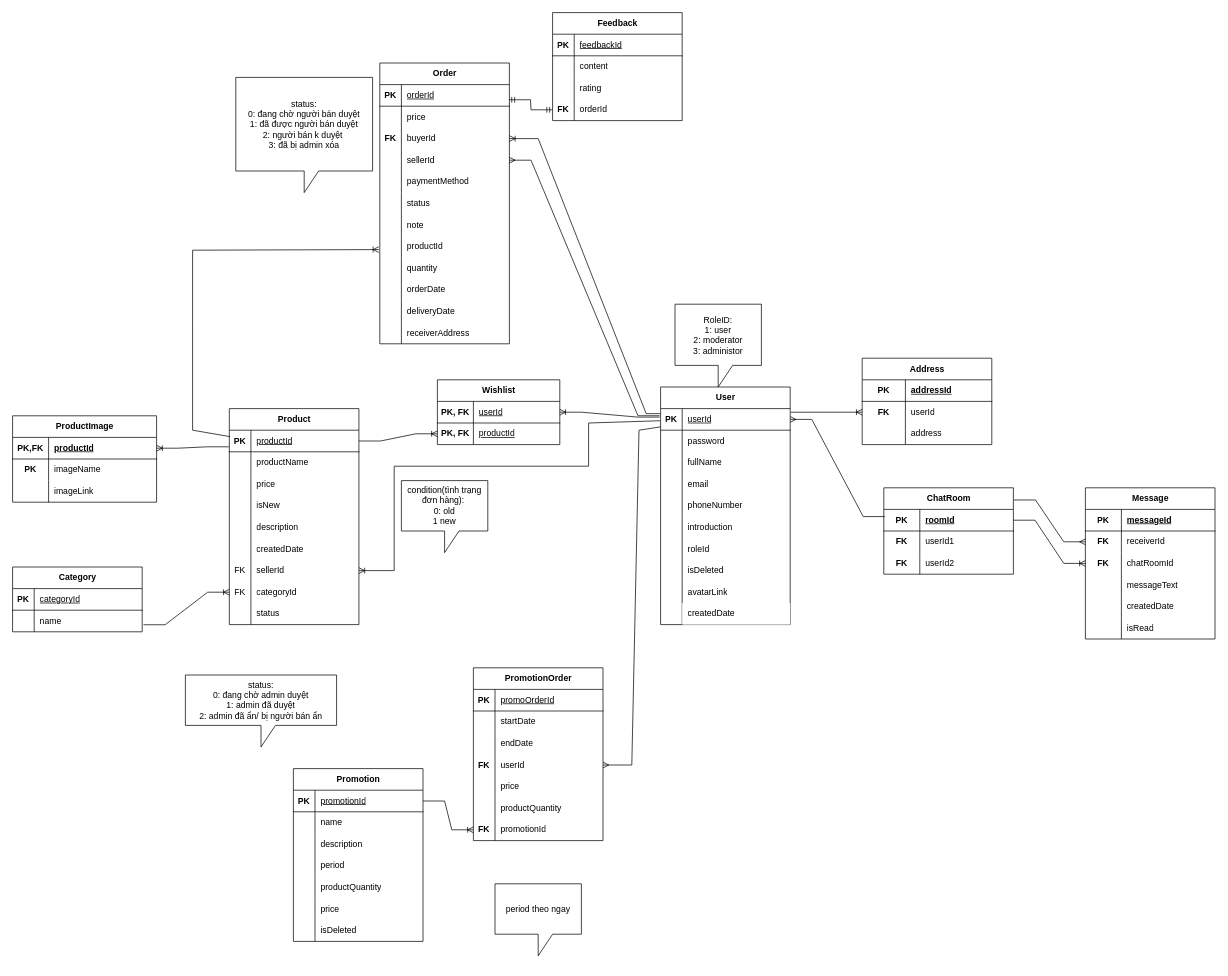
This is document/ERDPhysic.drawio from annguyenbinh03/FUFleamarket, a draw.io file, before an edit. Source tidied: cells renumbered, new cells numbered last; positions are measured from the earlier drawing's top-left corner, leaving out a move shared by most shapes. Both pictures are drawn from the tidied source at 72%, with x=0, y=0 at pixel (12, 12).
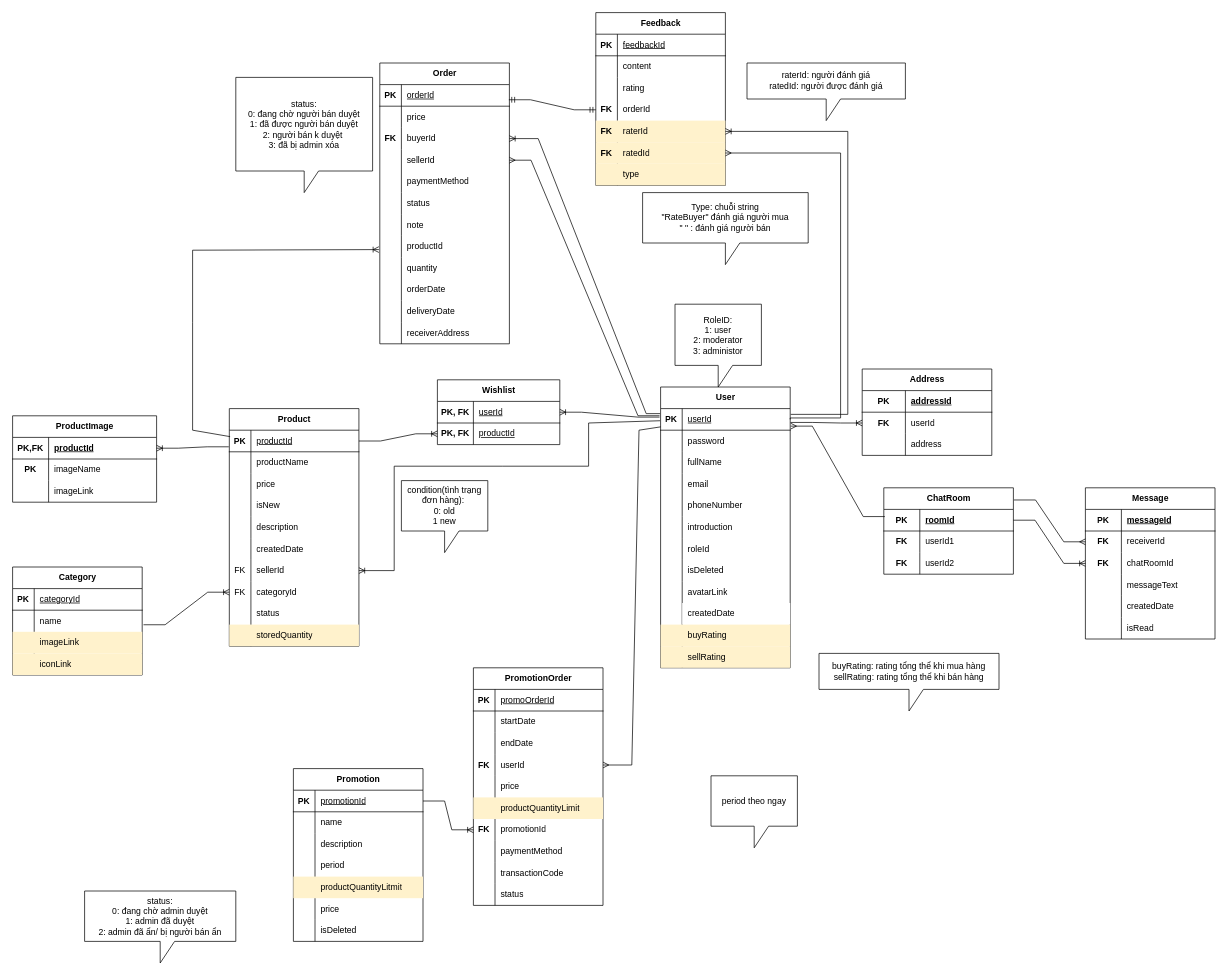
Above is the later version.

Unchanged cells that the change refers to:
```xml
<mxCell id="3" style="shape=tableRow;horizontal=0;startSize=0;swimlaneHead=0;swimlaneBody=0;fillColor=none;points=[[0,0.5],[1,0.5]];portConstraint=eastwest;top=0;left=0;right=0;bottom=1;" parent="2" vertex="1">
  <mxGeometry y="30" width="180" height="30" as="geometry" />
</mxCell>
<mxCell id="72" style="shape=tableRow;horizontal=0;startSize=0;swimlaneHead=0;swimlaneBody=0;fillColor=none;points=[[0,0.5],[1,0.5]];portConstraint=eastwest;top=0;left=0;right=0;bottom=0;" parent="62" vertex="1">
  <mxGeometry y="120" width="180" height="30" as="geometry" />
</mxCell>
<mxCell id="157" style="shape=tableRow;horizontal=0;startSize=0;swimlaneHead=0;swimlaneBody=0;fillColor=none;points=[[0,0.5],[1,0.5]];portConstraint=eastwest;top=0;left=0;right=0;bottom=0;" parent="153" vertex="1">
  <mxGeometry y="60" width="180" height="30" as="geometry" />
</mxCell>
<mxCell id="197" value="Promotion" style="shape=table;startSize=30;childLayout=tableLayout;rowLines=0;fontStyle=1;align=center;html=1;" parent="1" vertex="1">
  <mxGeometry x="390" y="1050" width="180" height="240" as="geometry" />
</mxCell>
<mxCell id="226" style="shape=tableRow;horizontal=0;startSize=0;swimlaneHead=0;swimlaneBody=0;fillColor=none;points=[[0,0.5],[1,0.5]];portConstraint=eastwest;top=0;left=0;right=0;bottom=1;" parent="225" vertex="1">
  <mxGeometry y="30" width="180" height="30" as="geometry" />
</mxCell>
```

What changed in the source:
```diff
@@
     <mxCell id="2" value="User" style="shape=table;startSize=30;childLayout=tableLayout;rowLines=0;fontStyle=1;align=center;html=1;" parent="1" vertex="1">
-      <mxGeometry x="900" y="520" width="180" height="330" as="geometry" />
+      <mxGeometry x="900" y="520" width="180" height="390" as="geometry" />
     </mxCell>
@@
+    <mxCell id="238" style="shape=tableRow;horizontal=0;startSize=0;swimlaneHead=0;swimlaneBody=0;fillColor=#fff2cc;top=0;left=0;right=0;bottom=0;strokeColor=#d6b656;" parent="2" vertex="1">
+      <mxGeometry y="330" width="180" height="30" as="geometry" />
+    </mxCell>
+    <mxCell id="239" style="shape=partialRectangle;fillColor=none;top=0;left=0;bottom=0;right=0;overflow=hidden;whiteSpace=wrap;html=1;" parent="238" vertex="1">
+      <mxGeometry width="30" height="30" as="geometry" />
+    </mxCell>
+    <mxCell id="240" value="buyRating" style="shape=partialRectangle;top=0;left=0;bottom=0;right=0;align=left;spacingLeft=6;overflow=hidden;whiteSpace=wrap;html=1;fillColor=none;" parent="238" vertex="1">
+      <mxGeometry x="30" width="150" height="30" as="geometry" />
+    </mxCell>
+    <mxCell id="241" style="shape=tableRow;horizontal=0;startSize=0;swimlaneHead=0;swimlaneBody=0;fillColor=#fff2cc;top=0;left=0;right=0;bottom=0;strokeColor=#d6b656;" parent="2" vertex="1">
+      <mxGeometry y="360" width="180" height="30" as="geometry" />
+    </mxCell>
+    <mxCell id="242" style="shape=partialRectangle;fillColor=none;top=0;left=0;bottom=0;right=0;overflow=hidden;whiteSpace=wrap;html=1;" parent="241" vertex="1">
+      <mxGeometry width="30" height="30" as="geometry" />
+    </mxCell>
+    <mxCell id="243" value="sellRating" style="shape=partialRectangle;top=0;left=0;bottom=0;right=0;align=left;spacingLeft=6;overflow=hidden;whiteSpace=wrap;html=1;fillColor=none;" parent="241" vertex="1">
+      <mxGeometry x="30" width="150" height="30" as="geometry" />
+    </mxCell>
     <mxCell id="33" value="Product" style="shape=table;startSize=30;childLayout=tableLayout;rowLines=0;fontStyle=1;align=center;html=1;" parent="1" vertex="1">
-      <mxGeometry x="301" y="550" width="180" height="300" as="geometry" />
+      <mxGeometry x="301" y="550" width="180" height="330" as="geometry" />
     </mxCell>
@@
+    <mxCell id="244" style="shape=tableRow;horizontal=0;startSize=0;swimlaneHead=0;swimlaneBody=0;fillColor=#fff2cc;top=0;left=0;right=0;bottom=0;strokeColor=#d6b656;" parent="33" vertex="1">
+      <mxGeometry y="300" width="180" height="30" as="geometry" />
+    </mxCell>
+    <mxCell id="245" style="shape=partialRectangle;fillColor=none;top=0;left=0;bottom=0;right=0;fontStyle=0;overflow=hidden;whiteSpace=wrap;html=1;" parent="244" vertex="1">
+      <mxGeometry width="30" height="30" as="geometry" />
+    </mxCell>
+    <mxCell id="246" value="storedQuantity" style="shape=partialRectangle;fillColor=none;top=0;left=0;bottom=0;right=0;align=left;spacingLeft=6;fontStyle=0;overflow=hidden;whiteSpace=wrap;html=1;" parent="244" vertex="1">
+      <mxGeometry x="30" width="150" height="30" as="geometry" />
+    </mxCell>
@@
     <mxCell id="108" value="Feedback" style="shape=table;startSize=30;childLayout=tableLayout;rowLines=0;fontStyle=1;align=center;html=1;" parent="1" vertex="1">
-      <mxGeometry x="750" width="180" height="150" as="geometry" />
+      <mxGeometry x="810" width="180" height="240" as="geometry" />
     </mxCell>
@@
+    <mxCell id="247" style="shape=tableRow;horizontal=0;startSize=0;swimlaneHead=0;swimlaneBody=0;fillColor=#fff2cc;points=[[0,0.5],[1,0.5]];portConstraint=eastwest;top=0;left=0;right=0;bottom=0;strokeColor=#d6b656;" parent="108" vertex="1">
+      <mxGeometry y="150" width="180" height="30" as="geometry" />
+    </mxCell>
+    <mxCell id="248" value="&lt;b&gt;FK&lt;/b&gt;" style="shape=partialRectangle;fillColor=none;top=0;left=0;bottom=0;right=0;overflow=hidden;whiteSpace=wrap;html=1;" parent="247" vertex="1">
+      <mxGeometry width="30" height="30" as="geometry" />
+    </mxCell>
+    <mxCell id="249" value="raterId" style="shape=partialRectangle;fillColor=none;top=0;left=0;bottom=0;right=0;align=left;spacingLeft=6;overflow=hidden;whiteSpace=wrap;html=1;" parent="247" vertex="1">
+      <mxGeometry x="30" width="150" height="30" as="geometry" />
+    </mxCell>
+    <mxCell id="250" style="shape=tableRow;horizontal=0;startSize=0;swimlaneHead=0;swimlaneBody=0;fillColor=#fff2cc;points=[[0,0.5],[1,0.5]];portConstraint=eastwest;top=0;left=0;right=0;bottom=0;strokeColor=#d6b656;" parent="108" vertex="1">
+      <mxGeometry y="180" width="180" height="30" as="geometry" />
+    </mxCell>
+    <mxCell id="251" value="&lt;b&gt;FK&lt;/b&gt;" style="shape=partialRectangle;fillColor=none;top=0;left=0;bottom=0;right=0;overflow=hidden;whiteSpace=wrap;html=1;" parent="250" vertex="1">
+      <mxGeometry width="30" height="30" as="geometry" />
+    </mxCell>
+    <mxCell id="252" value="ratedId" style="shape=partialRectangle;fillColor=none;top=0;left=0;bottom=0;right=0;align=left;spacingLeft=6;overflow=hidden;whiteSpace=wrap;html=1;" parent="250" vertex="1">
+      <mxGeometry x="30" width="150" height="30" as="geometry" />
+    </mxCell>
+    <mxCell id="253" style="shape=tableRow;horizontal=0;startSize=0;swimlaneHead=0;swimlaneBody=0;fillColor=#fff2cc;top=0;left=0;right=0;bottom=0;strokeColor=#d6b656;" parent="108" vertex="1">
+      <mxGeometry y="210" width="180" height="30" as="geometry" />
+    </mxCell>
+    <mxCell id="254" style="shape=partialRectangle;fillColor=none;top=0;left=0;bottom=0;right=0;overflow=hidden;whiteSpace=wrap;html=1;" parent="253" vertex="1">
+      <mxGeometry width="30" height="30" as="geometry" />
+    </mxCell>
+    <mxCell id="255" value="type" style="shape=partialRectangle;fillColor=none;top=0;left=0;bottom=0;right=0;align=left;spacingLeft=6;overflow=hidden;whiteSpace=wrap;html=1;" parent="253" vertex="1">
+      <mxGeometry x="30" width="150" height="30" as="geometry" />
+    </mxCell>
@@
     <mxCell id="123" value="Category" style="shape=table;startSize=30;childLayout=tableLayout;rowLines=0;fontStyle=1;align=center;html=1;" parent="1" vertex="1">
-      <mxGeometry y="770" width="180" height="90" as="geometry" />
+      <mxGeometry y="770" width="180" height="150" as="geometry" />
     </mxCell>
@@
+    <mxCell id="256" style="shape=tableRow;horizontal=0;startSize=0;swimlaneHead=0;swimlaneBody=0;fillColor=#fff2cc;top=0;left=0;right=0;bottom=0;strokeColor=#d6b656;" parent="123" vertex="1">
+      <mxGeometry y="90" width="180" height="30" as="geometry" />
+    </mxCell>
+    <mxCell id="257" style="shape=partialRectangle;fillColor=none;top=0;left=0;bottom=0;right=0;overflow=hidden;whiteSpace=wrap;html=1;" parent="256" vertex="1">
+      <mxGeometry width="30" height="30" as="geometry" />
+    </mxCell>
+    <mxCell id="258" value="imageLink" style="shape=partialRectangle;fillColor=none;top=0;left=0;bottom=0;right=0;align=left;spacingLeft=6;overflow=hidden;whiteSpace=wrap;html=1;" parent="256" vertex="1">
+      <mxGeometry x="30" width="150" height="30" as="geometry" />
+    </mxCell>
+    <mxCell id="259" style="shape=tableRow;horizontal=0;startSize=0;swimlaneHead=0;swimlaneBody=0;fillColor=#fff2cc;top=0;left=0;right=0;bottom=0;strokeColor=#d6b656;" parent="123" vertex="1">
+      <mxGeometry y="120" width="180" height="30" as="geometry" />
+    </mxCell>
+    <mxCell id="260" style="shape=partialRectangle;fillColor=none;top=0;left=0;bottom=0;right=0;overflow=hidden;whiteSpace=wrap;html=1;" parent="259" vertex="1">
+      <mxGeometry width="30" height="30" as="geometry" />
+    </mxCell>
+    <mxCell id="261" value="iconLink" style="shape=partialRectangle;fillColor=none;top=0;left=0;bottom=0;right=0;align=left;spacingLeft=6;overflow=hidden;whiteSpace=wrap;html=1;" parent="259" vertex="1">
+      <mxGeometry x="30" width="150" height="30" as="geometry" />
+    </mxCell>
@@
     <mxCell id="131" value="PromotionOrder" style="shape=table;startSize=30;childLayout=tableLayout;rowLines=0;fontStyle=1;align=center;html=1;" parent="1" vertex="1">
-      <mxGeometry x="640" y="910" width="180" height="240" as="geometry" />
+      <mxGeometry x="640" y="910" width="180" height="330" as="geometry" />
     </mxCell>
@@
-    <mxCell id="147" style="shape=tableRow;horizontal=0;startSize=0;swimlaneHead=0;swimlaneBody=0;fillColor=none;top=0;left=0;right=0;bottom=0;" parent="131" vertex="1">
+    <mxCell id="147" style="shape=tableRow;horizontal=0;startSize=0;swimlaneHead=0;swimlaneBody=0;fillColor=#fff2cc;top=0;left=0;right=0;bottom=0;strokeColor=#d6b656;" parent="131" vertex="1">
       <mxGeometry y="180" width="180" height="30" as="geometry" />
     </mxCell>
@@
-    <mxCell id="149" value="productQuantity" style="shape=partialRectangle;fillColor=none;top=0;left=0;bottom=0;right=0;align=left;spacingLeft=6;overflow=hidden;whiteSpace=wrap;html=1;" parent="147" vertex="1">
+    <mxCell id="149" value="productQuantityLimit" style="shape=partialRectangle;fillColor=none;top=0;left=0;bottom=0;right=0;align=left;spacingLeft=6;overflow=hidden;whiteSpace=wrap;html=1;" parent="147" vertex="1">
       <mxGeometry x="30" width="150" height="30" as="geometry" />
     </mxCell>
@@
+    <mxCell id="262" style="shape=tableRow;horizontal=0;startSize=0;swimlaneHead=0;swimlaneBody=0;fillColor=none;top=0;left=0;right=0;bottom=0;" parent="131" vertex="1">
+      <mxGeometry y="240" width="180" height="30" as="geometry" />
+    </mxCell>
+    <mxCell id="263" style="shape=partialRectangle;fillColor=none;top=0;left=0;bottom=0;right=0;overflow=hidden;whiteSpace=wrap;html=1;" parent="262" vertex="1">
+      <mxGeometry width="30" height="30" as="geometry" />
+    </mxCell>
+    <mxCell id="264" value="paymentMethod" style="shape=partialRectangle;fillColor=none;top=0;left=0;bottom=0;right=0;align=left;spacingLeft=6;overflow=hidden;whiteSpace=wrap;html=1;" parent="262" vertex="1">
+      <mxGeometry x="30" width="150" height="30" as="geometry" />
+    </mxCell>
+    <mxCell id="265" style="shape=tableRow;horizontal=0;startSize=0;swimlaneHead=0;swimlaneBody=0;fillColor=none;top=0;left=0;right=0;bottom=0;" parent="131" vertex="1">
+      <mxGeometry y="270" width="180" height="30" as="geometry" />
+    </mxCell>
+    <mxCell id="266" style="shape=partialRectangle;fillColor=none;top=0;left=0;bottom=0;right=0;overflow=hidden;whiteSpace=wrap;html=1;" parent="265" vertex="1">
+      <mxGeometry width="30" height="30" as="geometry" />
+    </mxCell>
+    <mxCell id="267" value="transactionCode" style="shape=partialRectangle;fillColor=none;top=0;left=0;bottom=0;right=0;align=left;spacingLeft=6;overflow=hidden;whiteSpace=wrap;html=1;" parent="265" vertex="1">
+      <mxGeometry x="30" width="150" height="30" as="geometry" />
+    </mxCell>
+    <mxCell id="268" style="shape=tableRow;horizontal=0;startSize=0;swimlaneHead=0;swimlaneBody=0;fillColor=none;top=0;left=0;right=0;bottom=0;" parent="131" vertex="1">
+      <mxGeometry y="300" width="180" height="30" as="geometry" />
+    </mxCell>
+    <mxCell id="269" style="shape=partialRectangle;fillColor=none;top=0;left=0;bottom=0;right=0;overflow=hidden;whiteSpace=wrap;html=1;" parent="268" vertex="1">
+      <mxGeometry width="30" height="30" as="geometry" />
+    </mxCell>
+    <mxCell id="270" value="status" style="shape=partialRectangle;fillColor=none;top=0;left=0;bottom=0;right=0;align=left;spacingLeft=6;overflow=hidden;whiteSpace=wrap;html=1;" parent="268" vertex="1">
+      <mxGeometry x="30" width="150" height="30" as="geometry" />
+    </mxCell>
     <mxCell id="153" value="Address" style="shape=table;startSize=30;childLayout=tableLayout;rowLines=0;fontStyle=1;align=center;html=1;" parent="1" vertex="1">
-      <mxGeometry x="1180" y="480" width="180" height="120" as="geometry" />
+      <mxGeometry x="1180" y="495" width="180" height="120" as="geometry" />
     </mxCell>
@@
-    <mxCell id="163" style="edgeStyle=entityRelationEdgeStyle;fontSize=12;html=1;endArrow=ERoneToMany;rounded=0;exitX=1.003;exitY=0.168;exitDx=0;exitDy=0;entryX=0;entryY=0.5;entryDx=0;entryDy=0;exitPerimeter=0;" parent="1" edge="1" source="3" target="157">
+    <mxCell id="163" style="edgeStyle=entityRelationEdgeStyle;fontSize=12;html=1;endArrow=ERoneToMany;rounded=0;exitX=1.003;exitY=0.641;exitDx=0;exitDy=0;entryX=0;entryY=0.5;entryDx=0;entryDy=0;exitPerimeter=0;" parent="1" edge="1" source="3" target="157">
       <mxGeometry relative="1" as="geometry" />
     </mxCell>
@@
     <mxCell id="184" value="status:&lt;br&gt;0: đang chờ admin duyệt&lt;br&gt;1: admin đã duyệt&lt;br&gt;2: admin đã ẩn/ bị người bán ẩn" style="shape=callout;whiteSpace=wrap;html=1;perimeter=calloutPerimeter;" parent="1" vertex="1">
-      <mxGeometry x="240" y="920" width="210" height="100" as="geometry" />
+      <mxGeometry x="100" y="1220" width="210" height="100" as="geometry" />
     </mxCell>
@@
-    <mxCell id="210" style="shape=tableRow;horizontal=0;startSize=0;swimlaneHead=0;swimlaneBody=0;fillColor=none;top=0;left=0;right=0;bottom=0;" parent="197" vertex="1">
+    <mxCell id="210" style="shape=tableRow;horizontal=0;startSize=0;swimlaneHead=0;swimlaneBody=0;fillColor=#fff2cc;top=0;left=0;right=0;bottom=0;strokeColor=#d6b656;" parent="197" vertex="1">
       <mxGeometry y="150" width="180" height="30" as="geometry" />
     </mxCell>
@@
-    <mxCell id="212" value="productQuantity" style="shape=partialRectangle;fillColor=none;top=0;left=0;bottom=0;right=0;align=left;spacingLeft=6;overflow=hidden;whiteSpace=wrap;html=1;" parent="210" vertex="1">
+    <mxCell id="212" value="productQuantityLitmit" style="shape=partialRectangle;fillColor=none;top=0;left=0;bottom=0;right=0;align=left;spacingLeft=6;overflow=hidden;whiteSpace=wrap;html=1;" parent="210" vertex="1">
       <mxGeometry x="30" width="150" height="30" as="geometry" />
     </mxCell>
@@
     <mxCell id="221" value="period theo ngay" style="shape=callout;whiteSpace=wrap;html=1;perimeter=calloutPerimeter;" parent="1" vertex="1">
-      <mxGeometry x="670" y="1210" width="120" height="100" as="geometry" />
+      <mxGeometry x="970" y="1060" width="120" height="100" as="geometry" />
     </mxCell>
@@
     <mxCell id="224" style="edgeStyle=entityRelationEdgeStyle;fontSize=12;html=1;endArrow=ERmany;rounded=0;exitX=-0.008;exitY=0.331;exitDx=0;exitDy=0;exitPerimeter=0;" parent="1" edge="1" source="3" target="72">
-      <mxGeometry relative="1" as="geometry" />
+      <mxGeometry relative="1" as="geometry">
+        <Array as="points">
+          <mxPoint x="760" y="530" />
+          <mxPoint x="800" y="530" />
+          <mxPoint x="790" y="530" />
+          <mxPoint x="730" y="400" />
+          <mxPoint x="820" y="550" />
+          <mxPoint x="760" y="390" />
+        </Array>
+      </mxGeometry>
     </mxCell>
@@
-    <mxCell id="235" style="edgeStyle=entityRelationEdgeStyle;fontSize=12;html=1;endArrow=ERmany;rounded=0;entryX=1;entryY=0.5;entryDx=0;entryDy=0;exitX=0.008;exitY=0.332;exitDx=0;exitDy=0;exitPerimeter=0;" parent="1" edge="1" source="226" target="3">
+    <mxCell id="235" style="edgeStyle=entityRelationEdgeStyle;fontSize=12;html=1;endArrow=ERmany;rounded=0;entryX=1.004;entryY=0.812;entryDx=0;entryDy=0;exitX=0.008;exitY=0.332;exitDx=0;exitDy=0;exitPerimeter=0;entryPerimeter=0;" parent="1" edge="1" source="226" target="3">
       <mxGeometry relative="1" as="geometry" />
     </mxCell>
@@
+    <mxCell id="271" style="edgeStyle=orthogonalEdgeStyle;fontSize=12;html=1;endArrow=ERmany;rounded=0;entryX=1;entryY=0.5;entryDx=0;entryDy=0;exitX=1;exitY=0.5;exitDx=0;exitDy=0;" parent="1" edge="1" source="3" target="250">
+      <mxGeometry relative="1" as="geometry">
+        <Array as="points">
+          <mxPoint x="1080" y="563" />
+          <mxPoint x="1150" y="563" />
+          <mxPoint x="1150" y="195" />
+        </Array>
+      </mxGeometry>
+    </mxCell>
+    <mxCell id="272" style="edgeStyle=orthogonalEdgeStyle;fontSize=12;html=1;endArrow=ERoneToMany;rounded=0;entryX=1;entryY=0.5;entryDx=0;entryDy=0;exitX=1.004;exitY=0.267;exitDx=0;exitDy=0;exitPerimeter=0;" parent="1" edge="1" source="3" target="247">
+      <mxGeometry relative="1" as="geometry">
+        <Array as="points">
+          <mxPoint x="1160" y="558" />
+          <mxPoint x="1160" y="165" />
+        </Array>
+      </mxGeometry>
+    </mxCell>
+    <mxCell id="273" value="buyRating: rating tổng thể khi mua hàng&lt;br style=&quot;border-color: var(--border-color);&quot;&gt;sellRating: rating tổng thể khi bán hàng" style="shape=callout;whiteSpace=wrap;html=1;perimeter=calloutPerimeter;" parent="1" vertex="1">
+      <mxGeometry x="1120" y="890" width="250" height="80" as="geometry" />
+    </mxCell>
+    <mxCell id="274" value="raterId: người đánh giá&lt;br style=&quot;border-color: var(--border-color);&quot;&gt;ratedId: người được đánh giá" style="shape=callout;whiteSpace=wrap;html=1;perimeter=calloutPerimeter;" parent="1" vertex="1">
+      <mxGeometry x="1020" y="70" width="220" height="80" as="geometry" />
+    </mxCell>
+    <mxCell id="275" value="Type: chuỗi string&lt;br&gt;&quot;RateBuyer&quot; đánh giá người mua&lt;br&gt;&quot; &quot; : đánh giá người bán" style="shape=callout;whiteSpace=wrap;html=1;perimeter=calloutPerimeter;" parent="1" vertex="1">
+      <mxGeometry x="875" y="250" width="230" height="100" as="geometry" />
+    </mxCell>
```
